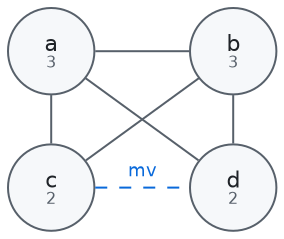
Above: Sable/compiler/doc/figures/step-build.png in aita/CompLab (Graphviz), before the change. Its source is kept beside it as Sable/compiler/doc/figures/step-build.dot.
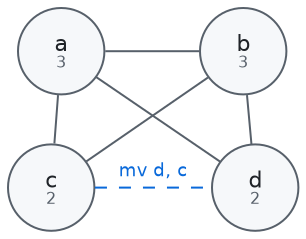
Later version of the same file.

What changed in the source:
```diff
@@ -17,5 +17,5 @@
   d [label = <d<BR/><FONT POINT-SIZE="8" COLOR="#57606a">2</FONT>>];
 
   a -> b; a -> c; b -> c; a -> d; b -> d;
-  c -> d [style = dashed, color = "#0969da", label = "mv", fontcolor = "#0969da"];
+  c -> d [style = dashed, color = "#0969da", label = "mv d, c", fontcolor = "#0969da"];
 }
```
